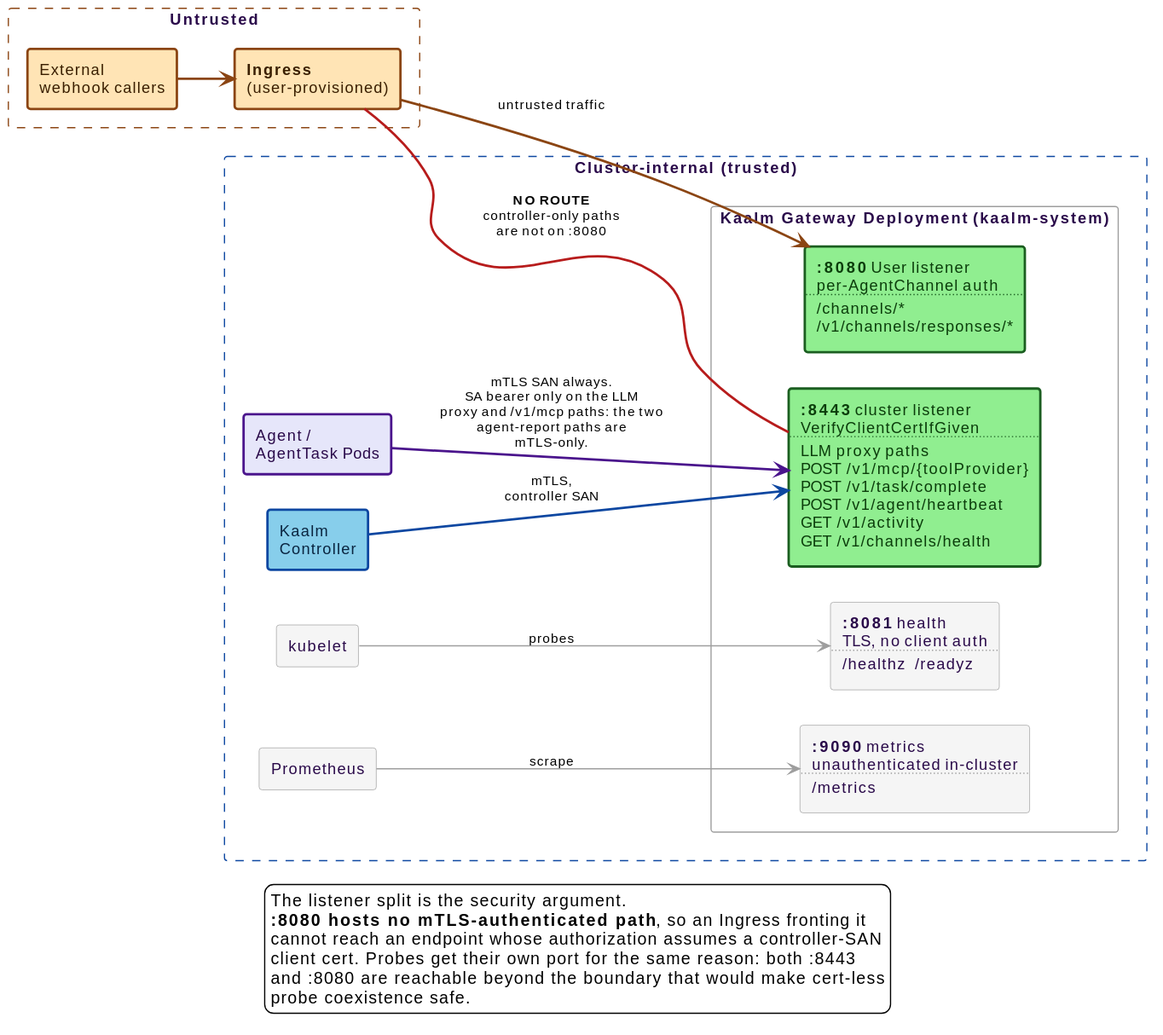
Before: docs/src/diagrams/gateway-listener-ports.svg, a diagram exported from PlantUML (win07xp/kaalm).
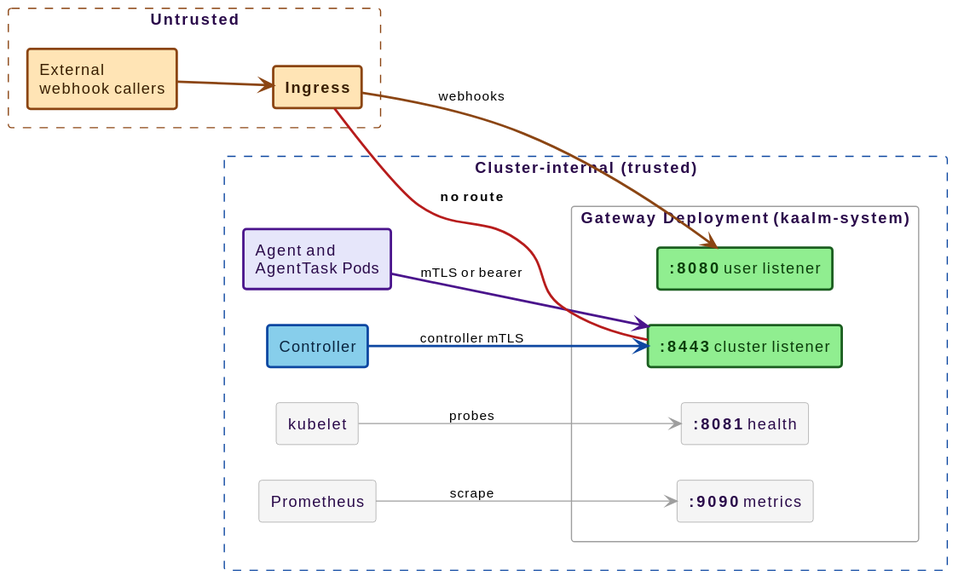
After the change.

The edit, as a diff of the source:
```diff
@@ -4,39 +4,28 @@
 
 rectangle "**Untrusted**" as untrusted #line:8B4513;line.dashed {
   rectangle "External\nwebhook callers" as ext #back:FFE4B5;line:8B4513;line.bold;text:3a1f00
-  rectangle "**Ingress**\n(user-provisioned)" as ing #back:FFE4B5;line:8B4513;line.bold;text:3a1f00
+  rectangle "**Ingress**" as ing #back:FFE4B5;line:8B4513;line.bold;text:3a1f00
 }
 
 rectangle "**Cluster-internal (trusted)**" as trusted #line:0D47A1;line.dashed {
-
-  rectangle "Agent /\nAgentTask Pods" as pods #back:E6E6FA;line:4A148C;line.bold;text:2a0a4a
-  rectangle "Kaalm\nController" as ctrl #back:87CEEB;line:0D47A1;line.bold;text:0a2540
+  rectangle "Agent and\nAgentTask Pods" as pods #back:E6E6FA;line:4A148C;line.bold;text:2a0a4a
+  rectangle "Controller" as ctrl #back:87CEEB;line:0D47A1;line.bold;text:0a2540
   rectangle "kubelet" as kubelet #back:F5F5F5;line:9E9E9E;text:2a0a4a
   rectangle "Prometheus" as prom #back:F5F5F5;line:9E9E9E;text:2a0a4a
 
-  rectangle "**Kaalm Gateway Deployment** (kaalm-system)" as gw {
-    rectangle "**:8443** cluster listener\nVerifyClientCertIfGiven\n....\nLLM proxy paths\nPOST /v1/mcp/{toolProvider}\nPOST /v1/task/complete\nPOST /v1/agent/heartbeat\nGET /v1/activity\nGET /v1/channels/health" as p8443 #back:90EE90;line:1B5E20;line.bold;text:0b3d0b
-    rectangle "**:8080** User listener\nper-AgentChannel auth\n....\n/channels/*\n/v1/channels/responses/*" as p8080 #back:90EE90;line:1B5E20;line.bold;text:0b3d0b
-    rectangle "**:8081** health\nTLS, no client auth\n....\n/healthz  /readyz" as p8081 #back:F5F5F5;line:9E9E9E;text:2a0a4a
-    rectangle "**:9090** metrics\nunauthenticated in-cluster\n....\n/metrics" as p9090 #back:F5F5F5;line:9E9E9E;text:2a0a4a
+  rectangle "**Gateway Deployment** (kaalm-system)" as gw {
+    rectangle "**:8080** user listener" as p8080 #back:90EE90;line:1B5E20;line.bold;text:0b3d0b
+    rectangle "**:8443** cluster listener" as p8443 #back:90EE90;line:1B5E20;line.bold;text:0b3d0b
+    rectangle "**:8081** health" as p8081 #back:F5F5F5;line:9E9E9E;text:2a0a4a
+    rectangle "**:9090** metrics" as p9090 #back:F5F5F5;line:9E9E9E;text:2a0a4a
   }
 }
 
 ext -[#8B4513,bold]-> ing
-ing -[#8B4513,bold]-> p8080 : untrusted traffic
-pods -[#4A148C,bold]-> p8443 : mTLS SAN always.\nSA bearer only on the LLM\nproxy and /v1/mcp paths: the two\nagent-report paths are\nmTLS-only.
-ctrl -[#0D47A1,bold]-> p8443 : mTLS,\ncontroller SAN
+ing -[#8B4513,bold]-> p8080 : webhooks
+pods -[#4A148C,bold]-> p8443 : mTLS or bearer
+ctrl -[#0D47A1,bold]-> p8443 : controller mTLS
 kubelet -[#9E9E9E]-> p8081 : probes
 prom -[#9E9E9E]-> p9090 : scrape
-
-ing .[#B71C1C,bold]. p8443 : **NO ROUTE**\ncontroller-only paths\nare not on :8080
-
-legend bottom
-  The listener split is the security argument.
-  **:8080 hosts no mTLS-authenticated path**, so an Ingress fronting it
-  cannot reach an endpoint whose authorization assumes a controller-SAN
-  client cert. Probes get their own port for the same reason: both :8443
-  and :8080 are reachable beyond the boundary that would make cert-less
-  probe coexistence safe.
-endlegend
+ing .[#B71C1C,bold]. p8443 : \n\n\n**no route**
 @enduml
```
